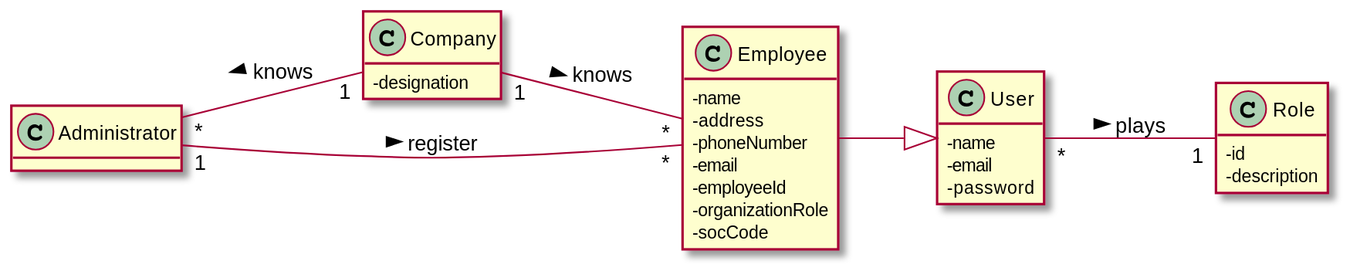
This is docs/SprintB/US07/US07-MD.svg from manu-07-ela/LAPR2_ISEP, a PlantUML export, as it was before one commit.
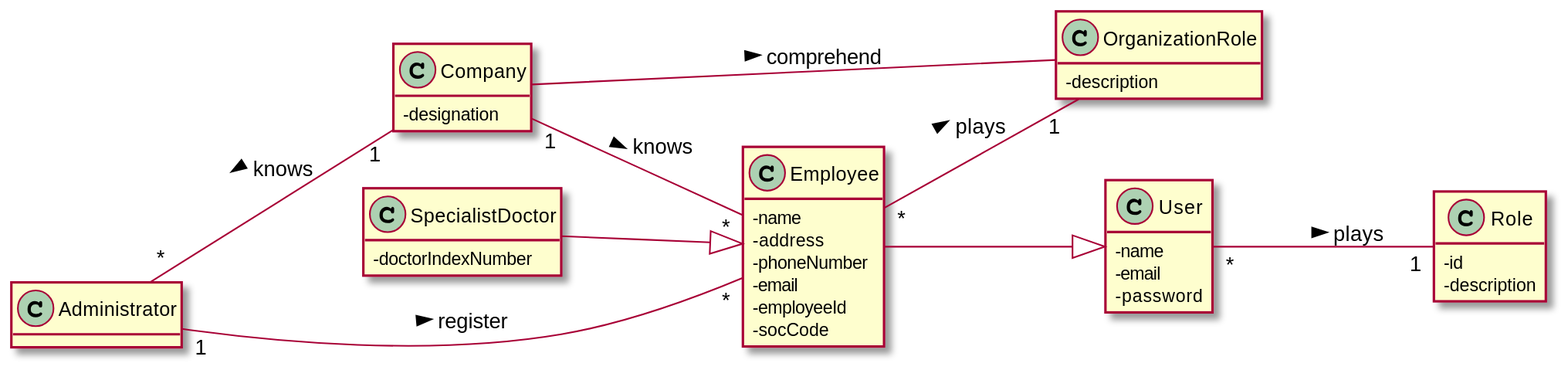
Above is the later version.

What changed in the source:
```diff
@@ -8,7 +8,11 @@
 class Employee
 class User
 class Role
+class OrganizationRole
 
+class OrganizationRole{
+-description
+}
 
 class User{
 -name
@@ -21,7 +25,6 @@
 -phoneNumber
 -email
 -employeeId
--organizationRole
 -socCode
 }
 
@@ -34,9 +37,16 @@
 -description
 }
 
+class SpecialistDoctor{
+-doctorIndexNumber
+}
+
 Administrator "*"--"1" Company : < knows
 Employee --|> User
 Company "1"--"*" Employee : knows >
 Administrator "1"--"*" Employee : register >
 User "*"--"1" Role : plays >
+Employee "*"--"1" OrganizationRole: plays >
+SpecialistDoctor --|> Employee
+Company -- OrganizationRole : comprehend >
 @enduml
```
